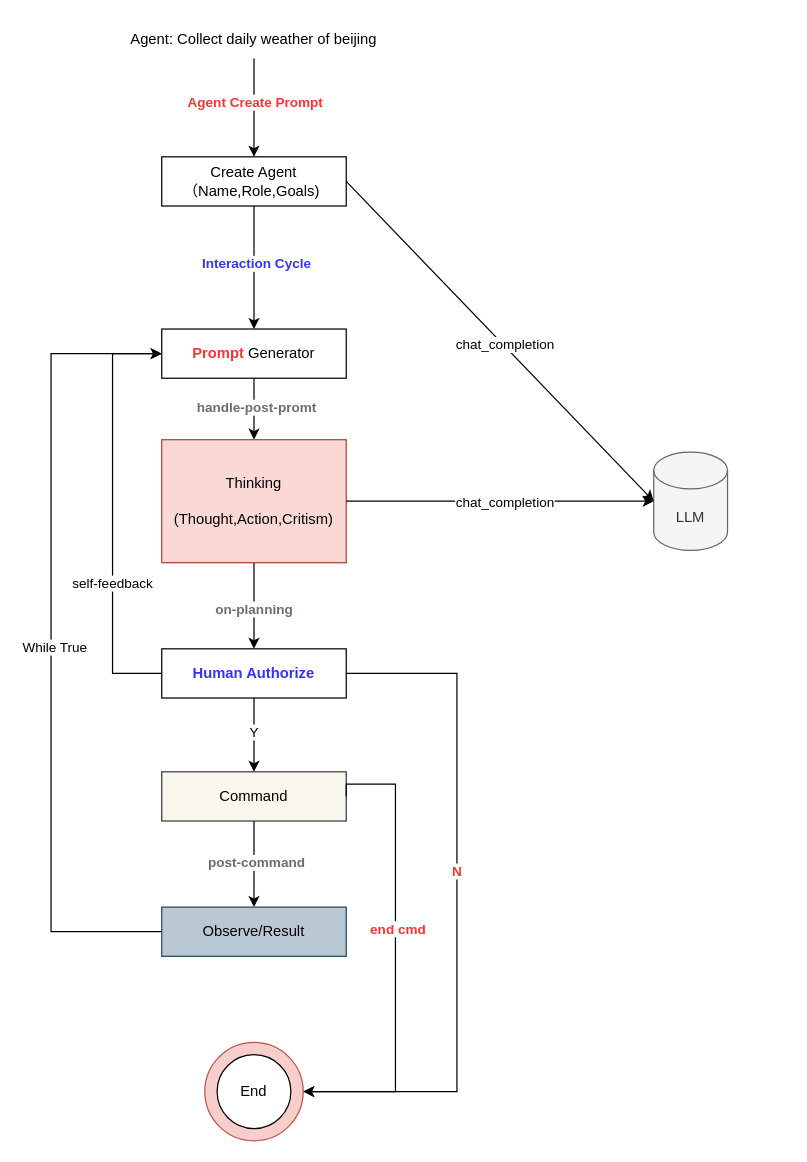
The draw.io diagram auto-gpt.drawio in learn2Pro/draw_io_save, before the edit. Source tidied: cells renumbered, new cells numbered last; positions are measured from the earlier drawing's top-left corner, leaving out a move shared by most shapes. Both pictures are drawn from the tidied source at 123%, with x=0, y=0 at pixel (50, 21).
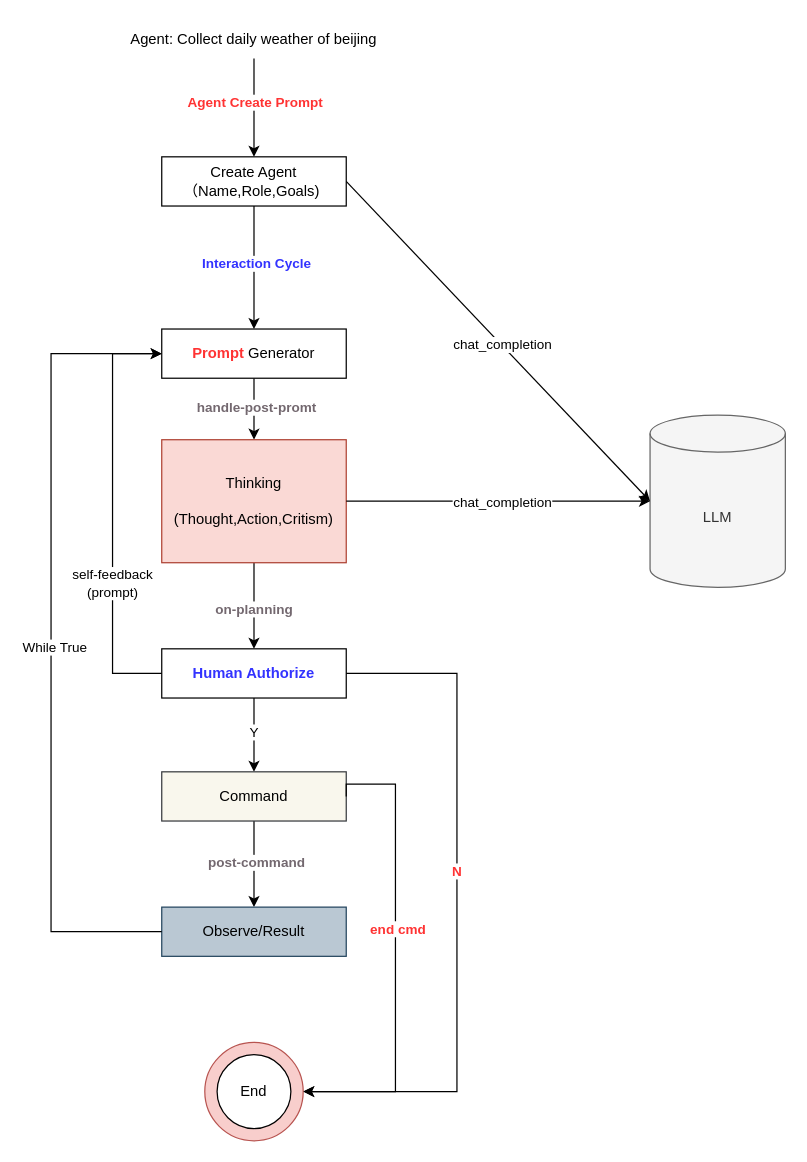
Above is the later version.

Unchanged cells that the change refers to:
```xml
<mxCell id="35" style="endArrow=classic;html=1;rounded=0;exitX=0;exitY=0.5;exitDx=0;exitDy=0;entryX=0;entryY=0.5;entryDx=0;entryDy=0;edgeStyle=orthogonalEdgeStyle;" parent="1" edge="1" source="21" target="13">
  <mxGeometry relative="1" as="geometry">
    <Array as="points">
      <mxPoint x="50" y="530" />
      <mxPoint x="50" y="270" />
    </Array>
  </mxGeometry>
</mxCell>
```

Diff of the diagram source:
```diff
@@
     <mxCell id="8" value="LLM" style="shape=cylinder3;whiteSpace=wrap;html=1;boundedLbl=1;backgroundOutline=1;size=15;fillColor=#f5f5f5;fontColor=#333333;strokeColor=#666666;" parent="1" vertex="1">
-      <mxGeometry x="490" y="350" width="60" height="80" as="geometry" />
+      <mxGeometry x="487" y="320" width="110" height="140" as="geometry" />
     </mxCell>
@@
-    <mxCell id="36" value="self-feedback" style="edgeLabel;html=1;align=center;verticalAlign=middle;" parent="35" vertex="1">
+    <mxCell id="36" value="self-feedback&lt;br&gt;(prompt)" style="edgeLabel;html=1;align=center;verticalAlign=middle;" parent="35" vertex="1">
       <mxGeometry y="1" relative="1" as="geometry">
         <mxPoint y="56" as="offset" />
       </mxGeometry>
     </mxCell>
```
